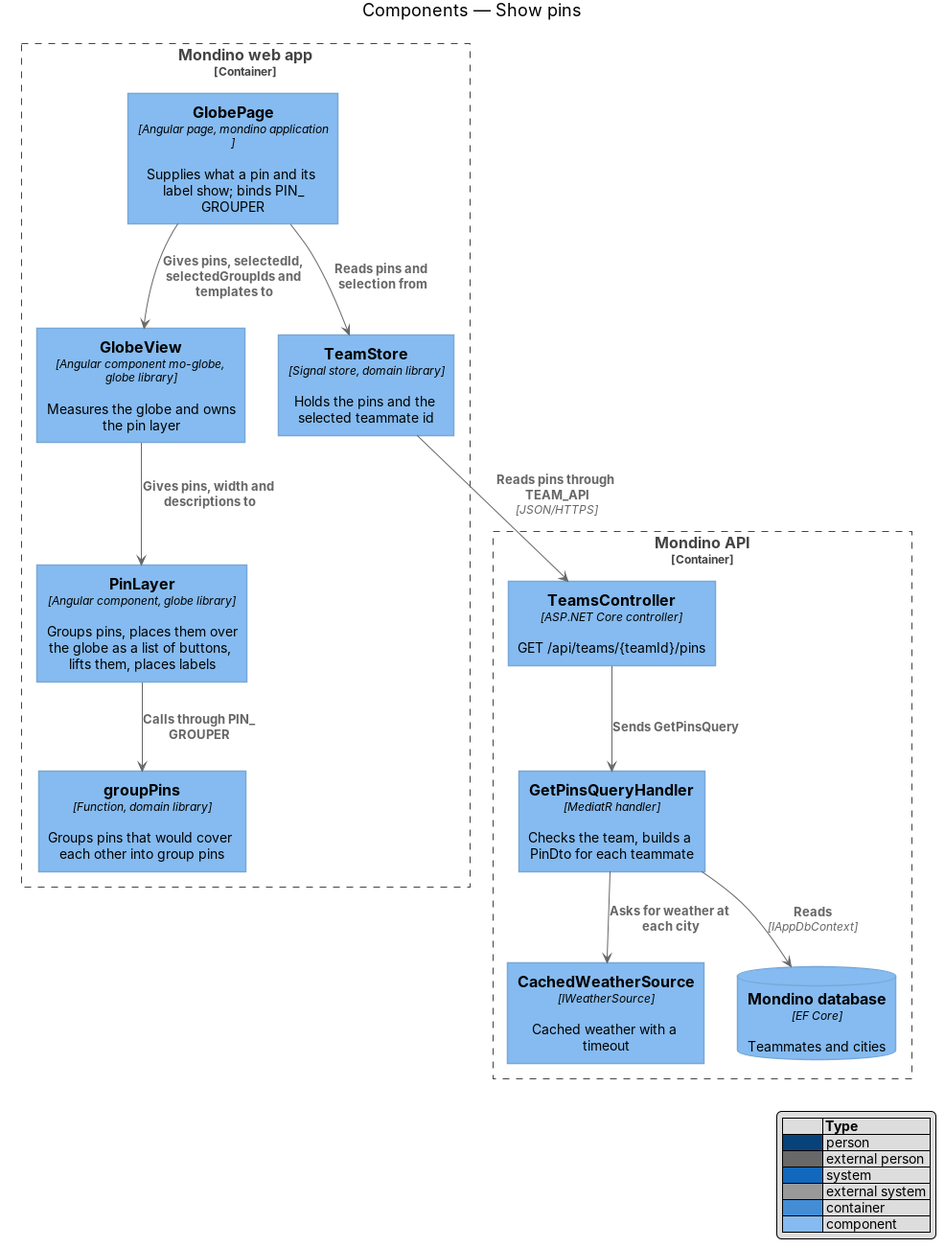
Earlier version of the PlantUML export docs/detailed-designs/globe/show-pins/diagrams/c4-component.png (QuinntyneBrown/Mondino). Its source is kept beside it as docs/detailed-designs/globe/draw-globe/diagrams/c4-component.puml.
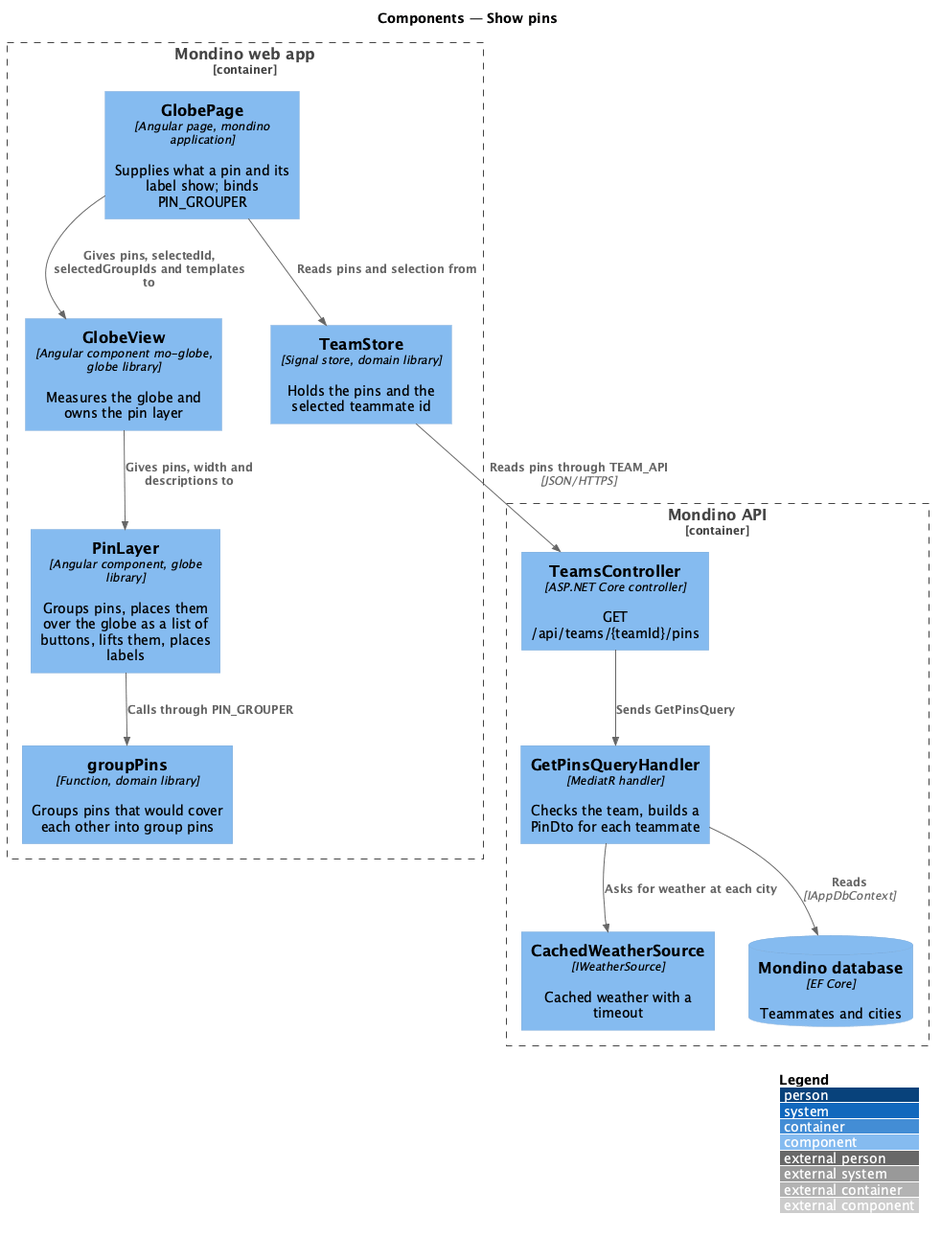
The same file after the commit.

What changed in the source:
```diff
@@ -19,7 +19,7 @@
 Rel(page, placeholder, "Shows until the globe is ready")
 Rel(page, view, "Loads with a dynamic import and gives pins to")
 Rel(view, scene, "Creates, sizes and disposes")
-Rel(view, fallback, "Shows, projected by the page, when the scene is unavailable")
+Rel(view, fallback, "Is replaced by, through stateChange, when the scene is unavailable")
 Rel(page, fallback, "Shows when the globe library fails to load; gives placements to")
 Rel(page, still, "Asks for the still picture's placements")
 Rel(teammate, fallback, "Points at and selects pins on")
```
